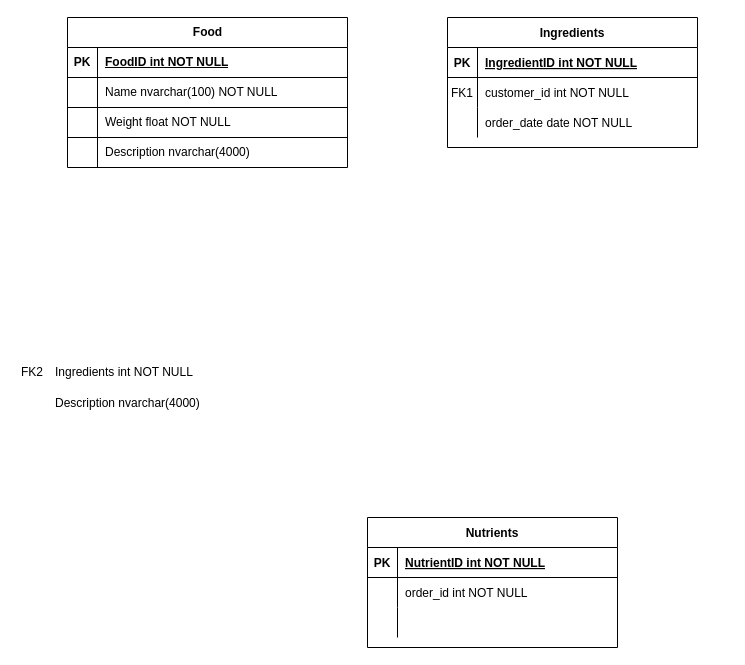
Earlier version of the draw.io diagram docs/Database Food.drawio (dod0lp/Food-Database). Source tidied: cells renumbered, new cells numbered last; positions are measured from the earlier drawing's top-left corner, leaving out a move shared by most shapes. Both pictures are drawn from the tidied source at 100%, with x=0, y=0 at pixel (17, 17).
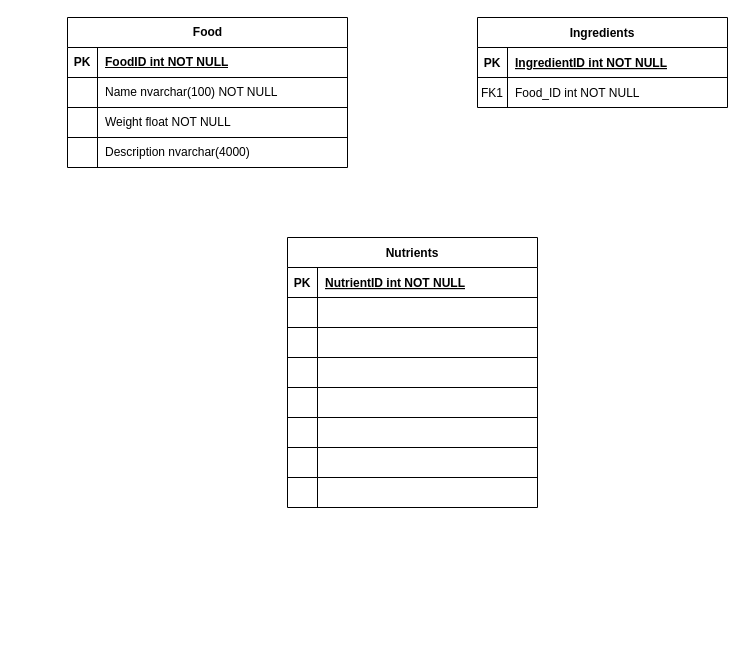
After the change.

Commit message:
Ingredients table done

Unchanged cells that the change refers to:
```xml
<mxCell id="6" style="shape=partialRectangle;fillColor=none;top=0;left=0;right=0;bottom=0;" parent="2" vertex="1">
  <mxGeometry y="60" width="250" height="30" as="geometry" />
</mxCell>
<mxCell id="16" style="shape=partialRectangle;fillColor=none;top=0;left=0;right=0;bottom=0;" parent="12" vertex="1">
  <mxGeometry y="60" width="250" height="30" as="geometry" />
</mxCell>
```

What changed in the source:
```diff
@@
-    <mxCell id="2" value="Ingredients" style="shape=table;startSize=30;childLayout=tableLayout;rowLines=0;fontStyle=1;align=center;" parent="1" vertex="1">
-      <mxGeometry x="430" width="250" height="130" as="geometry" />
+    <mxCell id="2" value="Ingredients" style="shape=table;startSize=30;childLayout=tableLayout;rowLines=1;fontStyle=1;align=center;" parent="1" vertex="1">
+      <mxGeometry x="460" width="250" height="90" as="geometry" />
     </mxCell>
@@
-    <mxCell id="8" value="customer_id int NOT NULL" style="shape=partialRectangle;overflow=hidden;fillColor=none;top=0;left=0;bottom=0;right=0;align=left;spacingLeft=6;" parent="6" vertex="1">
+    <mxCell id="8" value="Food_ID int NOT NULL" style="shape=partialRectangle;overflow=hidden;fillColor=none;top=0;left=0;bottom=0;right=0;align=left;spacingLeft=6;" parent="6" vertex="1">
       <mxGeometry x="30" width="220" height="30" as="geometry" />
     </mxCell>
-    <mxCell id="9" style="shape=partialRectangle;fillColor=none;top=0;left=0;right=0;bottom=0;" parent="2" vertex="1">
-      <mxGeometry y="90" width="250" height="30" as="geometry" />
-    </mxCell>
-    <mxCell id="10" style="shape=partialRectangle;overflow=hidden;fillColor=none;top=0;left=0;bottom=0;right=0;" parent="9" vertex="1">
-      <mxGeometry width="30" height="30" as="geometry" />
-    </mxCell>
-    <mxCell id="11" value="order_date date NOT NULL" style="shape=partialRectangle;overflow=hidden;fillColor=none;top=0;left=0;bottom=0;right=0;align=left;spacingLeft=6;" parent="9" vertex="1">
-      <mxGeometry x="30" width="220" height="30" as="geometry" />
-    </mxCell>
-    <mxCell id="12" value="Nutrients" style="shape=table;startSize=30;childLayout=tableLayout;rowLines=0;fontStyle=1;align=center;" parent="1" vertex="1">
-      <mxGeometry x="350" y="500" width="250" height="130" as="geometry" />
+    <mxCell id="12" value="Nutrients" style="shape=table;startSize=30;childLayout=tableLayout;rowLines=1;fontStyle=1;align=center;" parent="1" vertex="1">
+      <mxGeometry x="270" y="220" width="250" height="270" as="geometry" />
     </mxCell>
@@
-    <mxCell id="18" value="order_id int NOT NULL" style="shape=partialRectangle;overflow=hidden;fillColor=none;top=0;left=0;bottom=0;right=0;align=left;spacingLeft=6;" parent="16" vertex="1">
+    <mxCell id="18" style="shape=partialRectangle;overflow=hidden;fillColor=none;top=0;left=0;bottom=0;right=0;align=left;spacingLeft=6;" parent="16" vertex="1">
       <mxGeometry x="30" width="220" height="30" as="geometry" />
     </mxCell>
@@
-    <mxCell id="22" value="Description nvarchar(4000)" style="shape=partialRectangle;overflow=hidden;fillColor=none;top=0;left=0;bottom=0;right=0;align=left;spacingLeft=6;" parent="1" vertex="1">
-      <mxGeometry x="30" y="370" width="240" height="30" as="geometry" />
-    </mxCell>
-    <mxCell id="23" value="FK2" style="shape=partialRectangle;fillColor=none;top=0;left=0;bottom=0;right=0;overflow=hidden;whiteSpace=wrap;html=1;" parent="1" vertex="1">
-      <mxGeometry y="340" width="30" height="30" as="geometry" />
-    </mxCell>
-    <mxCell id="24" value="Ingredients int NOT NULL" style="shape=partialRectangle;fillColor=none;top=0;left=0;bottom=0;right=0;align=left;spacingLeft=6;overflow=hidden;whiteSpace=wrap;html=1;" parent="1" vertex="1">
-      <mxGeometry x="30" y="340" width="250" height="30" as="geometry" />
-    </mxCell>
+    <mxCell id="39" style="shape=partialRectangle;fillColor=none;top=0;left=0;right=0;bottom=0;" parent="12" vertex="1">
+      <mxGeometry y="120" width="250" height="30" as="geometry" />
+    </mxCell>
+    <mxCell id="40" style="shape=partialRectangle;overflow=hidden;fillColor=none;top=0;left=0;bottom=0;right=0;" parent="39" vertex="1">
+      <mxGeometry width="30" height="30" as="geometry" />
+    </mxCell>
+    <mxCell id="41" style="shape=partialRectangle;overflow=hidden;fillColor=none;top=0;left=0;bottom=0;right=0;align=left;spacingLeft=6;" parent="39" vertex="1">
+      <mxGeometry x="30" width="220" height="30" as="geometry" />
+    </mxCell>
+    <mxCell id="42" style="shape=partialRectangle;fillColor=none;top=0;left=0;right=0;bottom=0;" parent="12" vertex="1">
+      <mxGeometry y="150" width="250" height="30" as="geometry" />
+    </mxCell>
+    <mxCell id="43" style="shape=partialRectangle;overflow=hidden;fillColor=none;top=0;left=0;bottom=0;right=0;" parent="42" vertex="1">
+      <mxGeometry width="30" height="30" as="geometry" />
+    </mxCell>
+    <mxCell id="44" style="shape=partialRectangle;overflow=hidden;fillColor=none;top=0;left=0;bottom=0;right=0;align=left;spacingLeft=6;" parent="42" vertex="1">
+      <mxGeometry x="30" width="220" height="30" as="geometry" />
+    </mxCell>
+    <mxCell id="45" style="shape=partialRectangle;fillColor=none;top=0;left=0;right=0;bottom=0;" parent="12" vertex="1">
+      <mxGeometry y="180" width="250" height="30" as="geometry" />
+    </mxCell>
+    <mxCell id="46" style="shape=partialRectangle;overflow=hidden;fillColor=none;top=0;left=0;bottom=0;right=0;" parent="45" vertex="1">
+      <mxGeometry width="30" height="30" as="geometry" />
+    </mxCell>
+    <mxCell id="47" style="shape=partialRectangle;overflow=hidden;fillColor=none;top=0;left=0;bottom=0;right=0;align=left;spacingLeft=6;" parent="45" vertex="1">
+      <mxGeometry x="30" width="220" height="30" as="geometry" />
+    </mxCell>
+    <mxCell id="48" style="shape=partialRectangle;fillColor=none;top=0;left=0;right=0;bottom=0;" parent="12" vertex="1">
+      <mxGeometry y="210" width="250" height="30" as="geometry" />
+    </mxCell>
+    <mxCell id="49" style="shape=partialRectangle;overflow=hidden;fillColor=none;top=0;left=0;bottom=0;right=0;" parent="48" vertex="1">
+      <mxGeometry width="30" height="30" as="geometry" />
+    </mxCell>
+    <mxCell id="50" style="shape=partialRectangle;overflow=hidden;fillColor=none;top=0;left=0;bottom=0;right=0;align=left;spacingLeft=6;" parent="48" vertex="1">
+      <mxGeometry x="30" width="220" height="30" as="geometry" />
+    </mxCell>
+    <mxCell id="51" style="shape=partialRectangle;fillColor=none;top=0;left=0;right=0;bottom=0;" parent="12" vertex="1">
+      <mxGeometry y="240" width="250" height="30" as="geometry" />
+    </mxCell>
+    <mxCell id="52" style="shape=partialRectangle;overflow=hidden;fillColor=none;top=0;left=0;bottom=0;right=0;" parent="51" vertex="1">
+      <mxGeometry width="30" height="30" as="geometry" />
+    </mxCell>
+    <mxCell id="53" style="shape=partialRectangle;overflow=hidden;fillColor=none;top=0;left=0;bottom=0;right=0;align=left;spacingLeft=6;" parent="51" vertex="1">
+      <mxGeometry x="30" width="220" height="30" as="geometry" />
+    </mxCell>
```
